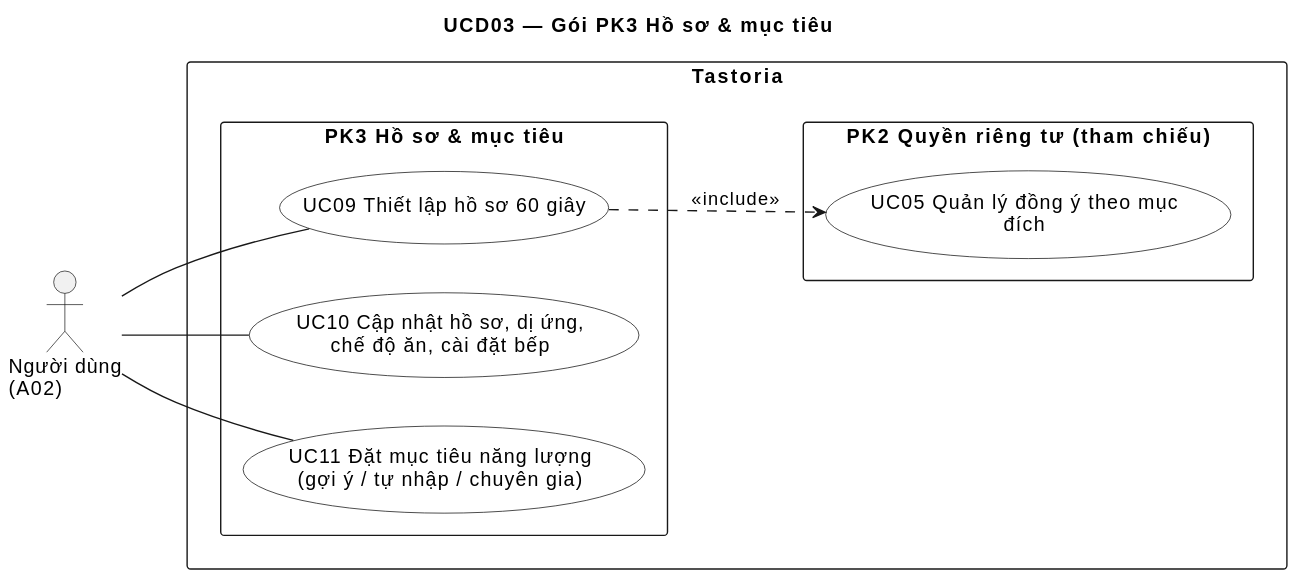
This is docs/uml/out/usecase/UCD03-ho-so-muc-tieu.svg from NamBuw/Tastoria, a PlantUML export, as it was before one commit. Source of this version:
```plantuml
@startuml
title UCD03 — Gói PK3 Hồ sơ & mục tiêu
left to right direction
skinparam packageStyle rectangle
skinparam actorStyle stick
skinparam usecase {
  BackgroundColor White
  BorderColor Black
}

actor "Người dùng\n(A02)" as A02

rectangle "Tastoria" {
  package "PK3 Hồ sơ & mục tiêu" as PK3 {
    usecase "UC09 Thiết lập hồ sơ 60 giây" as UC09
    usecase "UC10 Cập nhật hồ sơ, dị ứng,\nchế độ ăn, cài đặt bếp" as UC10
    usecase "UC11 Đặt mục tiêu năng lượng\n(gợi ý / tự nhập / chuyên gia)" as UC11
  }
  package "PK2 Quyền riêng tư (tham chiếu)" as PK2 {
    usecase "UC05 Quản lý đồng ý theo mục\nđích" as UC05
  }
}

A02 -- UC09
A02 -- UC10
A02 -- UC11

UC09 ..> UC05 : <<include>>
@enduml
```
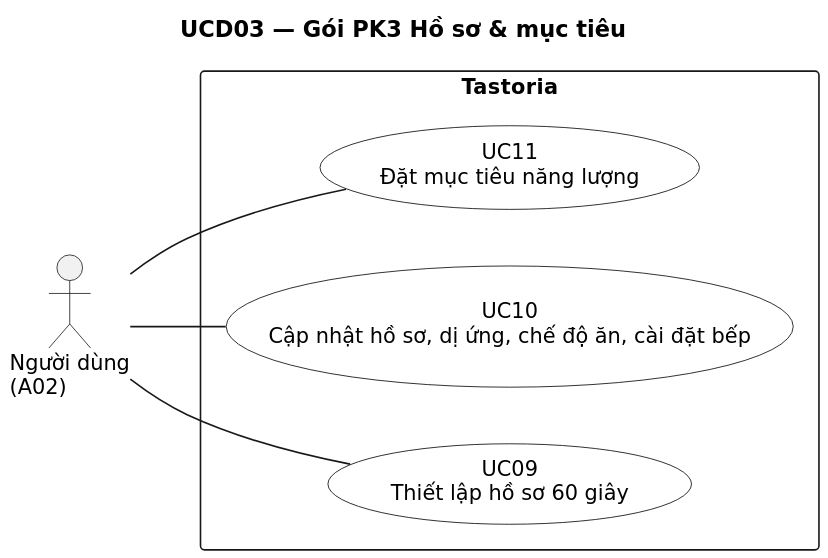
After the commit.

Change to the diagram source:
```diff
@@ -1,5 +1,10 @@
 @startuml
 title UCD03 — Gói PK3 Hồ sơ & mục tiêu
+skinparam shadowing false
+skinparam defaultFontName DejaVu Sans
+skinparam defaultFontSize 13
+skinparam dpi 110
+
 left to right direction
 skinparam packageStyle rectangle
 skinparam actorStyle stick
@@ -9,21 +14,13 @@
 }
 
 actor "Người dùng\n(A02)" as A02
-
 rectangle "Tastoria" {
-  package "PK3 Hồ sơ & mục tiêu" as PK3 {
-    usecase "UC09 Thiết lập hồ sơ 60 giây" as UC09
-    usecase "UC10 Cập nhật hồ sơ, dị ứng,\nchế độ ăn, cài đặt bếp" as UC10
-    usecase "UC11 Đặt mục tiêu năng lượng\n(gợi ý / tự nhập / chuyên gia)" as UC11
-  }
-  package "PK2 Quyền riêng tư (tham chiếu)" as PK2 {
-    usecase "UC05 Quản lý đồng ý theo mục\nđích" as UC05
-  }
+  usecase "UC09\nThiết lập hồ sơ 60 giây" as UC09
+  usecase "UC10\nCập nhật hồ sơ, dị ứng, chế độ ăn, cài đặt bếp" as UC10
+  usecase "UC11\nĐặt mục tiêu năng lượng" as UC11
 }
 
 A02 -- UC09
 A02 -- UC10
 A02 -- UC11
-
-UC09 ..> UC05 : <<include>>
 @enduml
```
